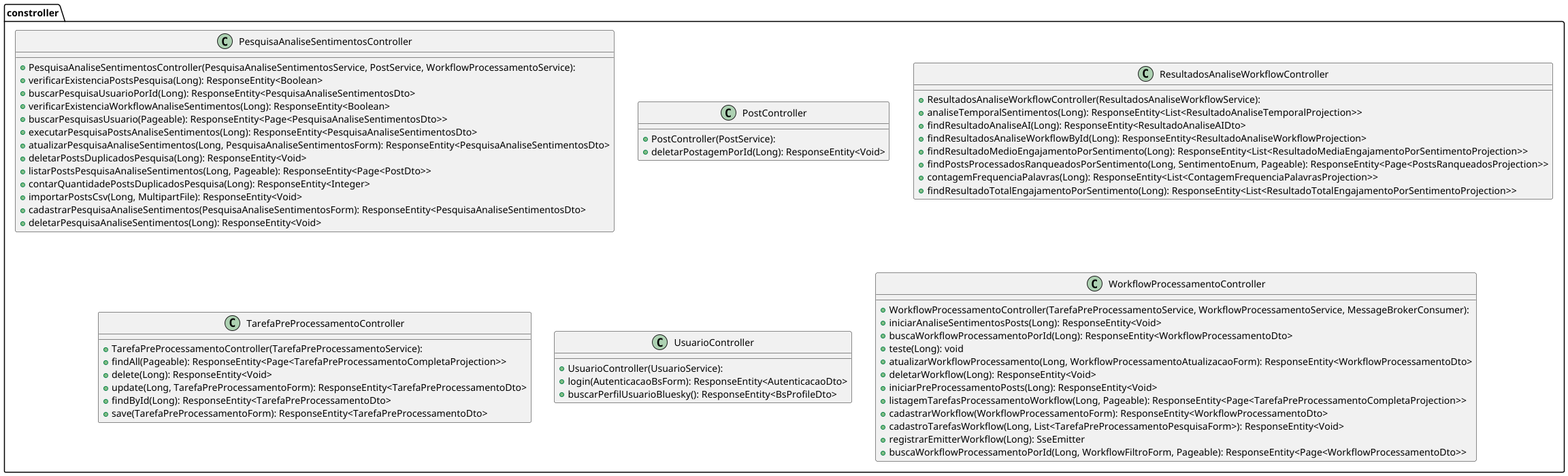
This is imagens/sentilytics/diagramas/classes/controller-classes.png from Apolos7/sentilytics-tcc, a PlantUML export, as it was before one commit.
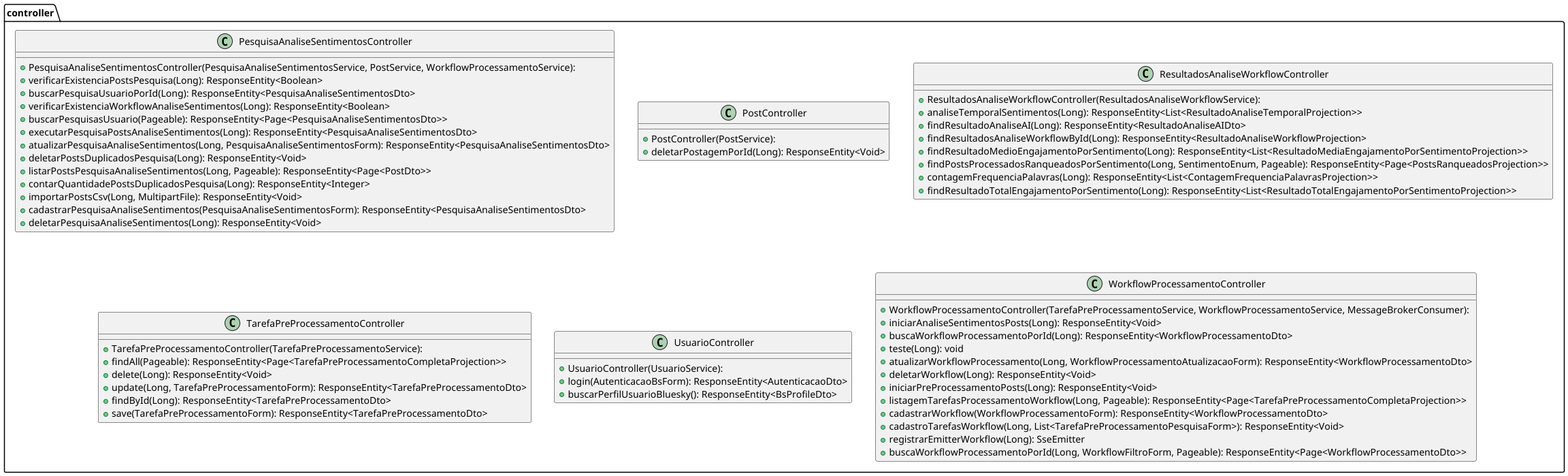
After the commit.

Diff of the diagram source:
```diff
@@ -3,7 +3,7 @@
 top to bottom direction
 skinparam linetype ortho
 
-package constroller {
+package controller {
     class PesquisaAnaliseSentimentosController {
       + PesquisaAnaliseSentimentosController(PesquisaAnaliseSentimentosService, PostService, WorkflowProcessamentoService):
       + verificarExistenciaPostsPesquisa(Long): ResponseEntity<Boolean>
```
